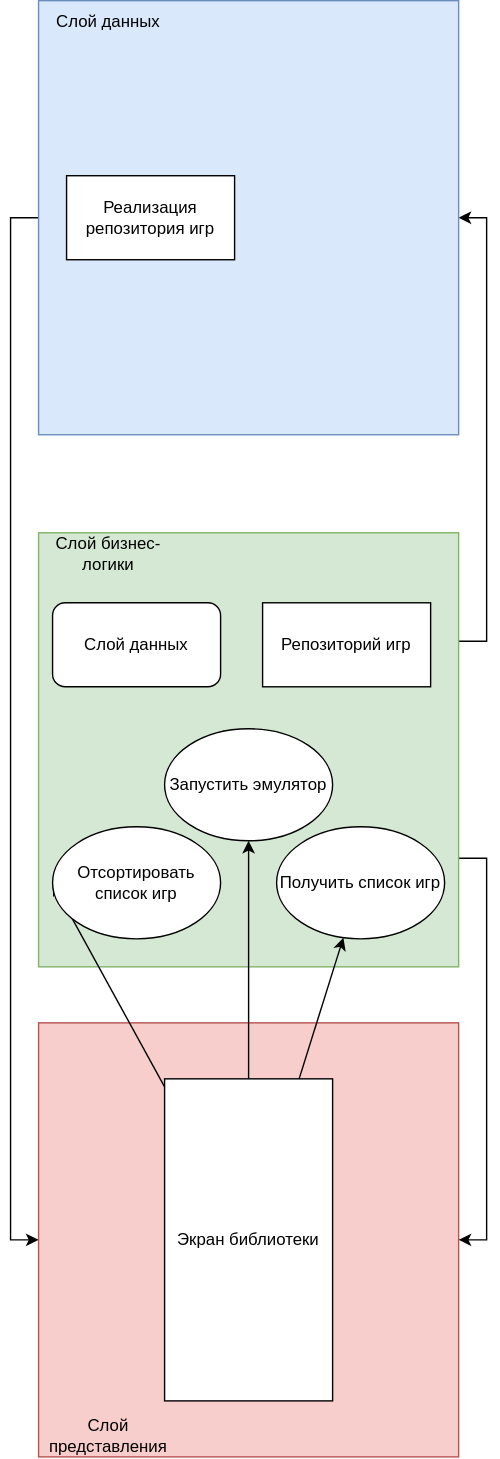
Above: graphs/library.svg in AkvaLin/iES (draw.io), before the change. Source tidied: cells renumbered, new cells last; positions are measured from the earlier drawing's top-left corner, leaving out a move shared by most shapes. Source of this version:
```xml
<mxGraphModel>
  <root>
    <mxCell id="0" />
    <mxCell id="1" parent="0" />
    <mxCell id="2" style="rounded=0;whiteSpace=wrap;html=1;fillColor=#f8cecc;strokeColor=#b85450;" parent="1" vertex="1">
      <mxGeometry y="730" width="300" height="310" as="geometry" />
    </mxCell>
    <mxCell id="3" style="edgeStyle=orthogonalEdgeStyle;rounded=0;jettySize=auto;html=1;exitX=1;exitY=0.25;exitDx=0;exitDy=0;entryX=1;entryY=0.5;entryDx=0;entryDy=0;" parent="1" edge="1" source="5" target="10">
      <mxGeometry relative="1" as="geometry" />
    </mxCell>
    <mxCell id="4" style="edgeStyle=orthogonalEdgeStyle;rounded=0;jettySize=auto;html=1;exitX=1;exitY=0.75;exitDx=0;exitDy=0;entryX=1;entryY=0.5;entryDx=0;entryDy=0;" parent="1" edge="1" source="5" target="2">
      <mxGeometry relative="1" as="geometry" />
    </mxCell>
    <mxCell id="5" style="rounded=0;whiteSpace=wrap;html=1;fillColor=#d5e8d4;strokeColor=#82b366;fillStyle=auto;" parent="1" vertex="1">
      <mxGeometry y="380" width="300" height="310" as="geometry" />
    </mxCell>
    <mxCell id="6" value="Слой представления" style="text;html=1;align=center;verticalAlign=middle;whiteSpace=wrap;rounded=0;" parent="1" vertex="1">
      <mxGeometry y="1010" width="100" height="30" as="geometry" />
    </mxCell>
    <mxCell id="7" value="Слой бизнес-логики" style="text;html=1;align=center;verticalAlign=middle;whiteSpace=wrap;rounded=0;" parent="1" vertex="1">
      <mxGeometry y="380" width="100" height="30" as="geometry" />
    </mxCell>
    <mxCell id="8" value="Слой данных" style="rounded=1;whiteSpace=wrap;html=1;" parent="1" vertex="1">
      <mxGeometry x="10" y="430" width="120" height="60" as="geometry" />
    </mxCell>
    <mxCell id="9" style="edgeStyle=orthogonalEdgeStyle;rounded=0;jettySize=auto;html=1;exitX=0;exitY=0.5;exitDx=0;exitDy=0;entryX=0;entryY=0.5;entryDx=0;entryDy=0;" parent="1" edge="1" source="10" target="2">
      <mxGeometry relative="1" as="geometry" />
    </mxCell>
    <mxCell id="10" style="rounded=0;whiteSpace=wrap;html=1;fillColor=#dae8fc;strokeColor=#6c8ebf;fillStyle=auto;" parent="1" vertex="1">
      <mxGeometry width="300" height="310" as="geometry" />
    </mxCell>
    <mxCell id="11" value="Слой данных" style="text;html=1;align=center;verticalAlign=middle;whiteSpace=wrap;rounded=0;" parent="1" vertex="1">
      <mxGeometry width="100" height="30" as="geometry" />
    </mxCell>
    <mxCell id="12" value="Репозиторий игр" style="rounded=0;whiteSpace=wrap;html=1;" parent="1" vertex="1">
      <mxGeometry x="160" y="430" width="120" height="60" as="geometry" />
    </mxCell>
    <mxCell id="13" value="Реализация репозитория игр" style="rounded=0;whiteSpace=wrap;html=1;" parent="1" vertex="1">
      <mxGeometry x="20" y="125" width="120" height="60" as="geometry" />
    </mxCell>
    <mxCell id="14" style="rounded=0;jettySize=auto;html=1;entryX=0;entryY=0.5;entryDx=0;entryDy=0;" parent="1" edge="1" source="17" target="20">
      <mxGeometry relative="1" as="geometry" />
    </mxCell>
    <mxCell id="15" style="rounded=0;jettySize=auto;html=1;entryX=0.5;entryY=1;entryDx=0;entryDy=0;" parent="1" edge="1" source="17" target="19">
      <mxGeometry relative="1" as="geometry" />
    </mxCell>
    <mxCell id="16" style="rounded=0;jettySize=auto;html=1;" parent="1" edge="1" source="17" target="18">
      <mxGeometry relative="1" as="geometry" />
    </mxCell>
    <mxCell id="17" value="Экран библиотеки" style="rounded=0;whiteSpace=wrap;html=1;" parent="1" vertex="1">
      <mxGeometry x="90" y="770" width="120" height="230" as="geometry" />
    </mxCell>
    <mxCell id="18" value="Получить список игр" style="ellipse;whiteSpace=wrap;html=1;" parent="1" vertex="1">
      <mxGeometry x="170" y="590" width="120" height="80" as="geometry" />
    </mxCell>
    <mxCell id="19" value="Запустить эмулятор" style="ellipse;whiteSpace=wrap;html=1;" parent="1" vertex="1">
      <mxGeometry x="90" y="520" width="120" height="80" as="geometry" />
    </mxCell>
    <mxCell id="20" value="Отсортировать список игр" style="ellipse;whiteSpace=wrap;html=1;" parent="1" vertex="1">
      <mxGeometry x="10" y="590" width="120" height="80" as="geometry" />
    </mxCell>
  </root>
</mxGraphModel>
```
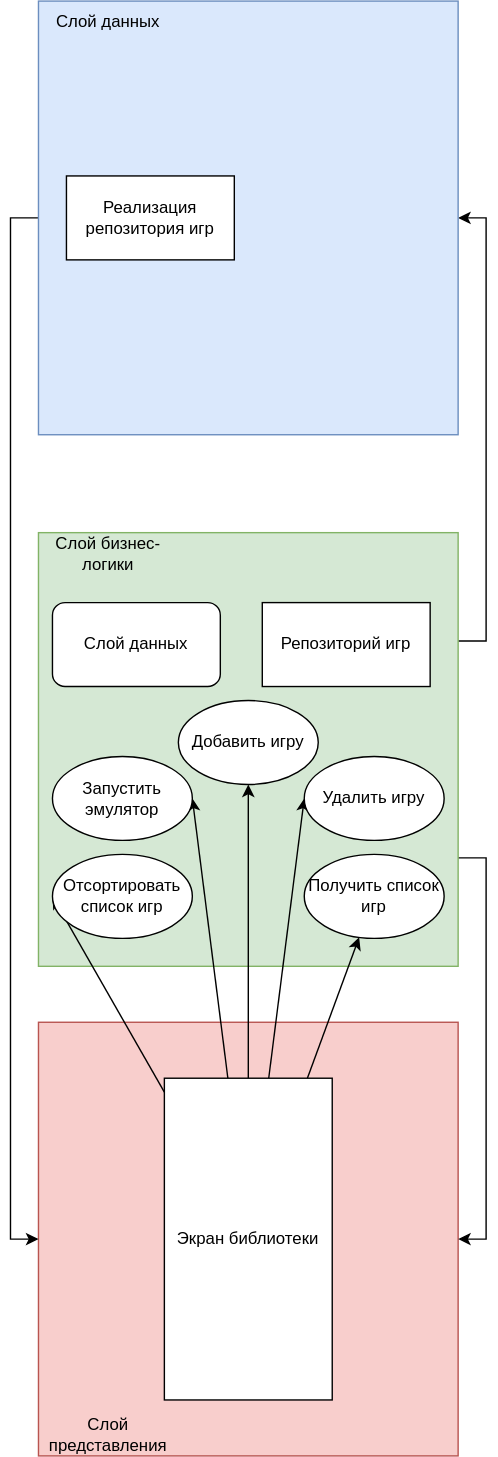
After the commit.

Diff of the diagram source:
```diff
@@ -41,23 +41,35 @@
     <mxCell id="14" style="rounded=0;jettySize=auto;html=1;entryX=0;entryY=0.5;entryDx=0;entryDy=0;" parent="1" edge="1" source="17" target="20">
       <mxGeometry relative="1" as="geometry" />
     </mxCell>
-    <mxCell id="15" style="rounded=0;jettySize=auto;html=1;entryX=0.5;entryY=1;entryDx=0;entryDy=0;" parent="1" edge="1" source="17" target="19">
+    <mxCell id="15" style="rounded=0;jettySize=auto;html=1;entryX=1;entryY=0.5;entryDx=0;entryDy=0;" parent="1" edge="1" source="17" target="19">
       <mxGeometry relative="1" as="geometry" />
     </mxCell>
     <mxCell id="16" style="rounded=0;jettySize=auto;html=1;" parent="1" edge="1" source="17" target="18">
       <mxGeometry relative="1" as="geometry" />
     </mxCell>
+    <mxCell id="21" style="rounded=0;jettySize=auto;html=1;entryX=0.5;entryY=1;entryDx=0;entryDy=0;" parent="1" edge="1" source="17" target="23">
+      <mxGeometry relative="1" as="geometry" />
+    </mxCell>
+    <mxCell id="22" style="rounded=0;jettySize=auto;html=1;entryX=0;entryY=0.5;entryDx=0;entryDy=0;" parent="1" edge="1" source="17" target="24">
+      <mxGeometry relative="1" as="geometry" />
+    </mxCell>
     <mxCell id="17" value="Экран библиотеки" style="rounded=0;whiteSpace=wrap;html=1;" parent="1" vertex="1">
       <mxGeometry x="90" y="770" width="120" height="230" as="geometry" />
     </mxCell>
     <mxCell id="18" value="Получить список игр" style="ellipse;whiteSpace=wrap;html=1;" parent="1" vertex="1">
-      <mxGeometry x="170" y="590" width="120" height="80" as="geometry" />
+      <mxGeometry x="190" y="610" width="100" height="60" as="geometry" />
     </mxCell>
     <mxCell id="19" value="Запустить эмулятор" style="ellipse;whiteSpace=wrap;html=1;" parent="1" vertex="1">
-      <mxGeometry x="90" y="520" width="120" height="80" as="geometry" />
+      <mxGeometry x="10" y="540" width="100" height="60" as="geometry" />
     </mxCell>
     <mxCell id="20" value="Отсортировать список игр" style="ellipse;whiteSpace=wrap;html=1;" parent="1" vertex="1">
-      <mxGeometry x="10" y="590" width="120" height="80" as="geometry" />
+      <mxGeometry x="10" y="610" width="100" height="60" as="geometry" />
     </mxCell>
+    <mxCell id="23" value="Добавить игру" style="ellipse;whiteSpace=wrap;html=1;" parent="1" vertex="1">
+      <mxGeometry x="100" y="500" width="100" height="60" as="geometry" />
+    </mxCell>
+    <mxCell id="24" value="Удалить игру" style="ellipse;whiteSpace=wrap;html=1;" parent="1" vertex="1">
+      <mxGeometry x="190" y="540" width="100" height="60" as="geometry" />
+    </mxCell>
   </root>
 </mxGraphModel>
```
